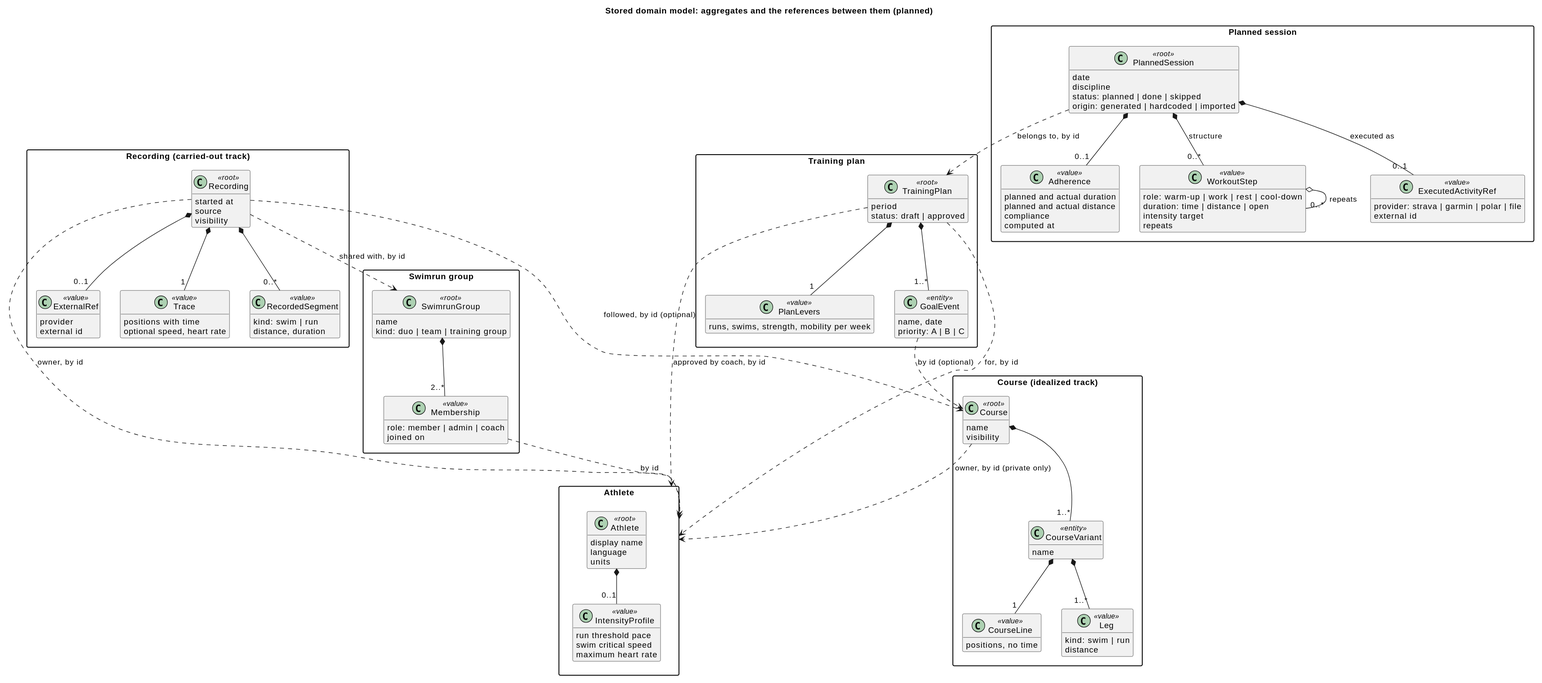
Earlier version of the PlantUML export docs/diagrams/domain-model-stored.svg (swimrun/tigerlegs).
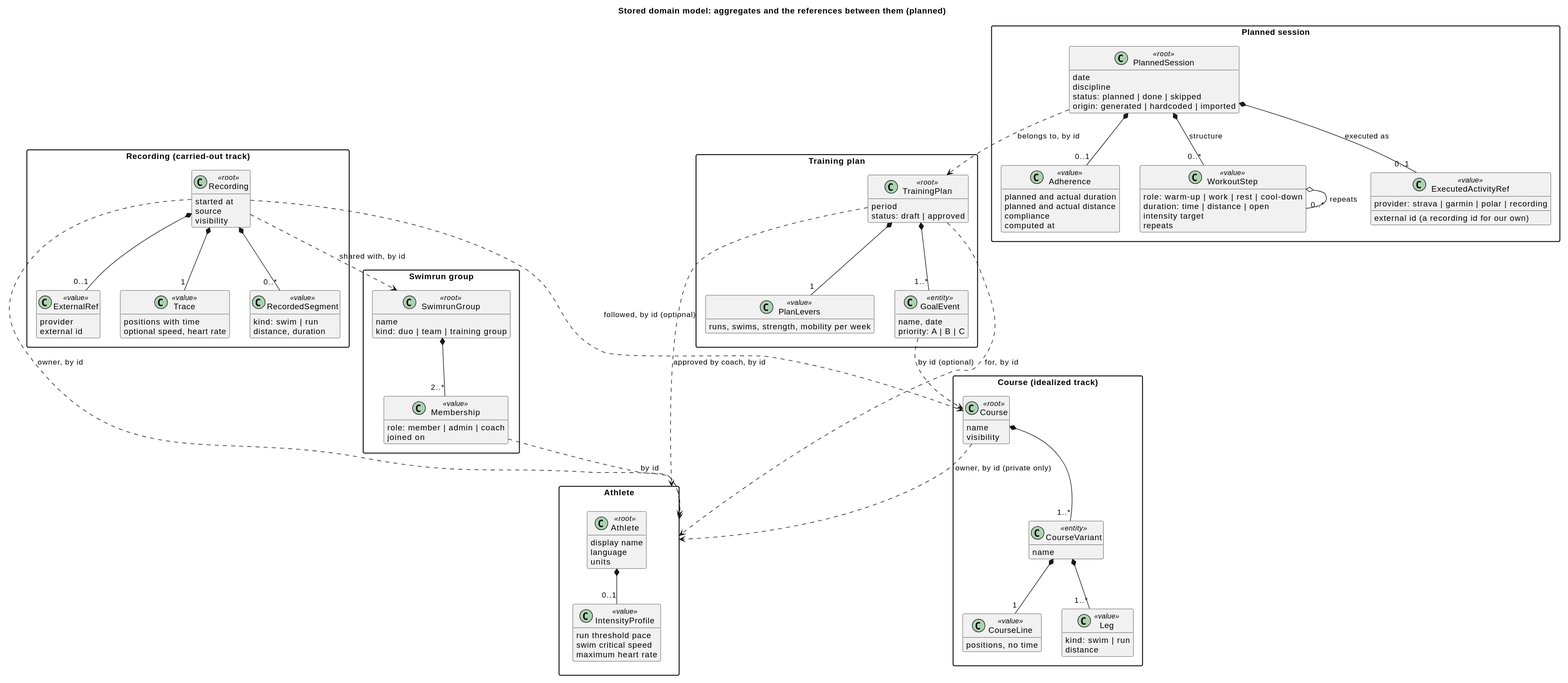
The same diagram one commit later.

Commit message:
Let a planned session link to a platform activity or a saved recording (#72)

Diff of the diagram source:
```diff
@@ -103,8 +103,8 @@
     repeats
   }
   class ExecutedActivityRef <<value>> {
-    provider: strava | garmin | polar | file
-    external id
+    provider: strava | garmin | polar | recording
+    external id (a recording id for our own)
   }
   class Adherence <<value>> {
     planned and actual duration
```
